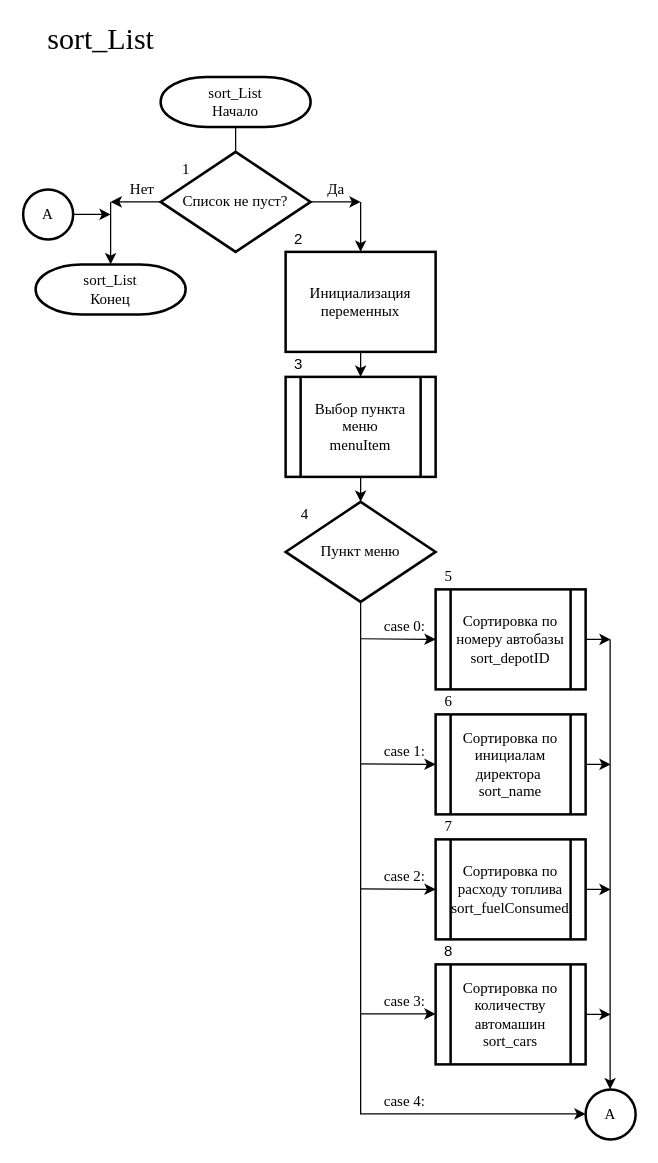
Above: page "Сортировка" (4 of 12) of Структурные схемы для КП.drawio in noidoRG/my-draw.io (draw.io), before the change. Source tidied: cells renumbered, new cells numbered last; positions are measured from the earlier drawing's top-left corner, leaving out a move shared by most shapes. Both pictures are drawn from the tidied source at 125%, with x=0, y=0 at pixel (22, 25).
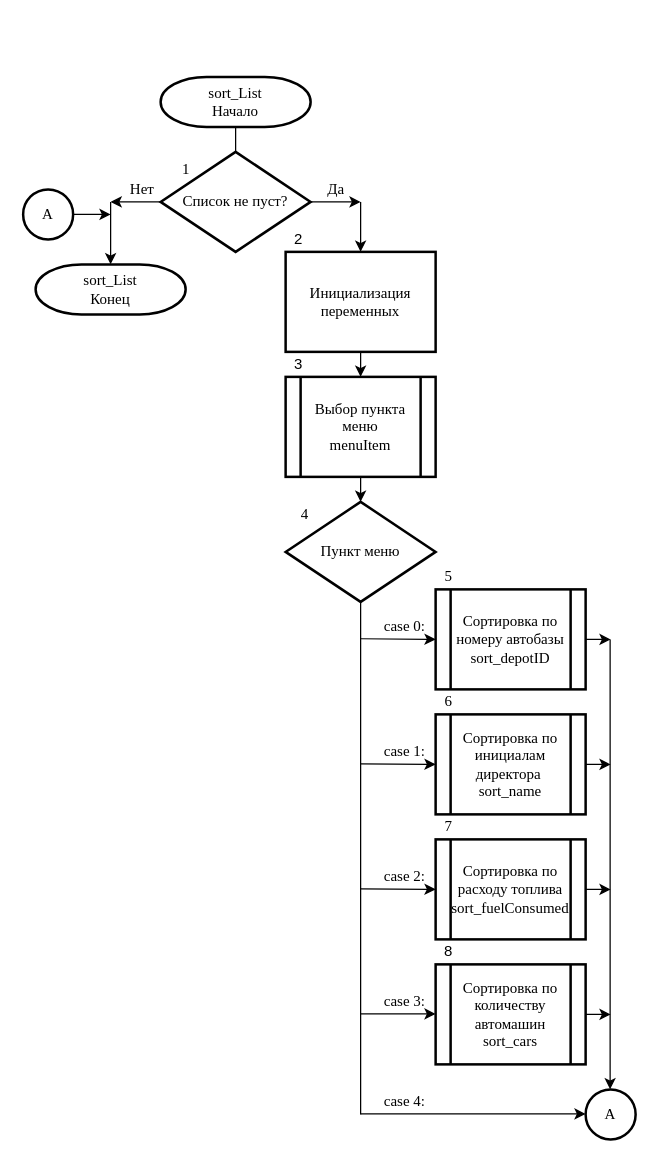
Above is the later version.

Diff of the diagram source:
```diff
@@
-    <mxCell id="35" value="&lt;span style=&quot;font-size: 24px&quot;&gt;sort_List&lt;/span&gt;" style="text;html=1;align=center;verticalAlign=middle;strokeColor=none;fillColor=none;fontFamily=Times New Roman;" parent="1" vertex="1">
-      <mxGeometry x="14" width="95" height="22" as="geometry" />
-    </mxCell>
```
